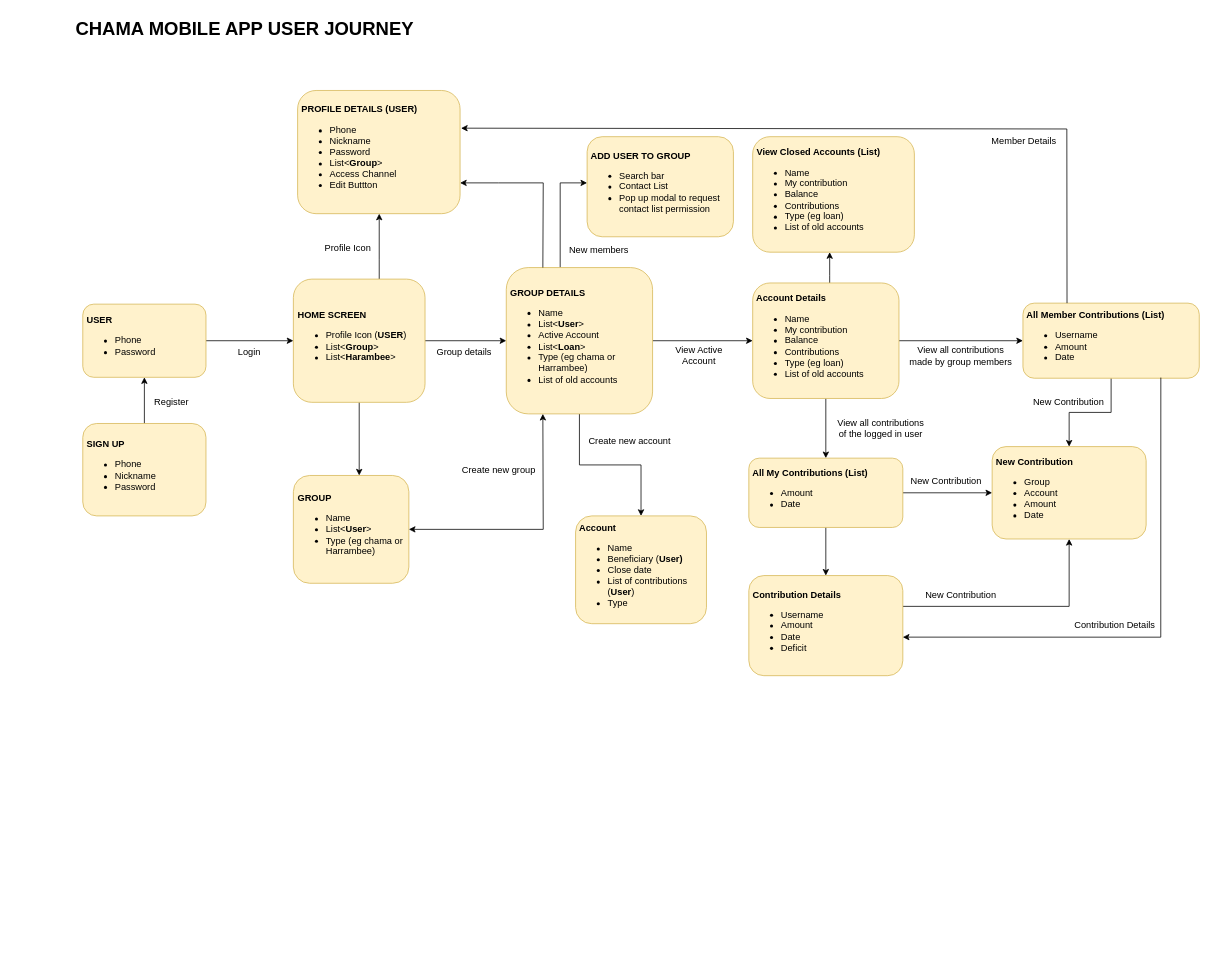
This is chama-design.drawio from kotikoB/kotikoB, a draw.io file, before an edit. Source tidied: cells renumbered, new cells numbered last; positions are measured from the earlier drawing's top-left corner, leaving out a move shared by most shapes. Both pictures are drawn from the tidied source at 77%, with x=0, y=0 at pixel (67, 13).
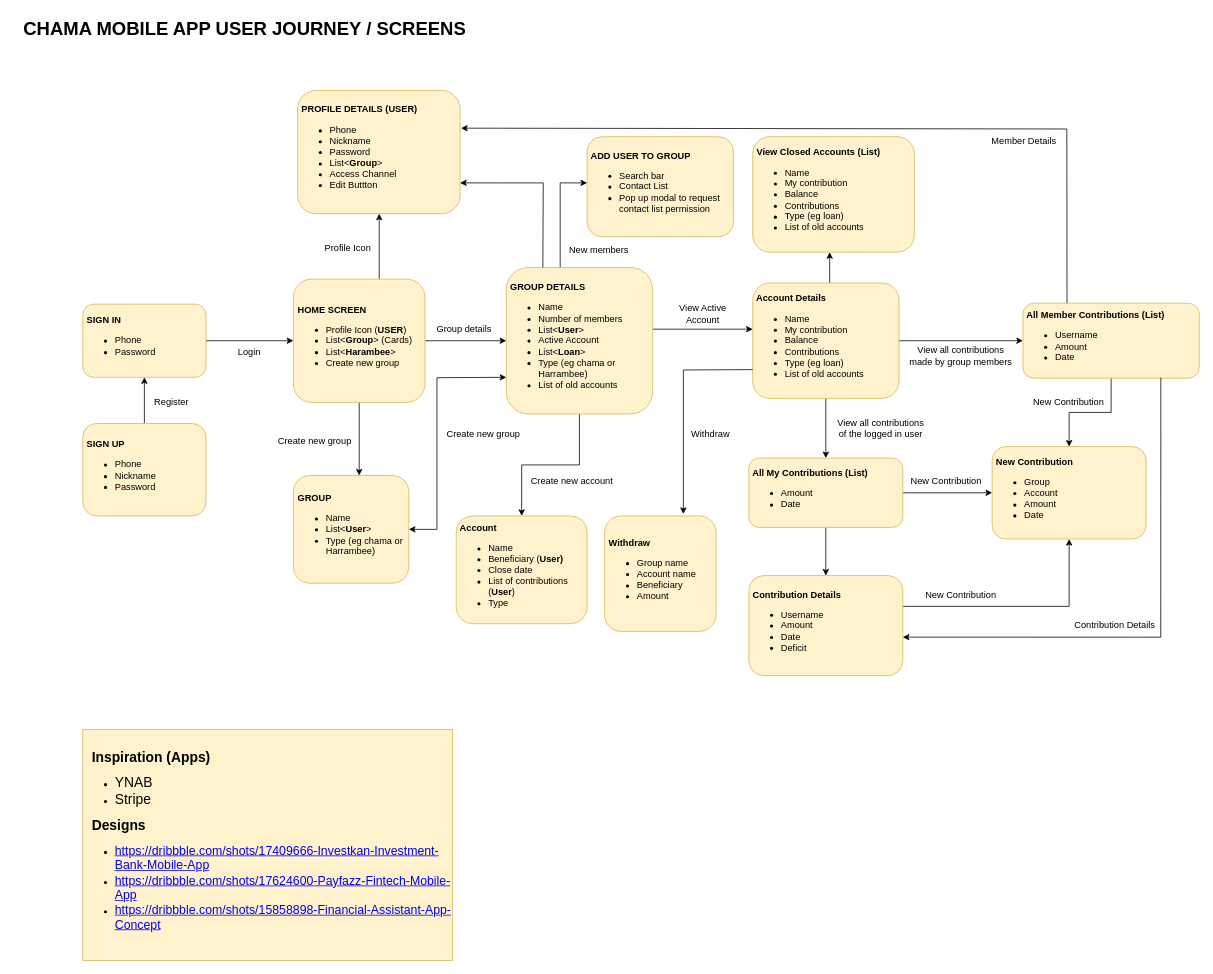
Above is the later version.

Unchanged cells that the change refers to:
```xml
<mxCell id="16" value="&lt;b&gt;&lt;span style=&quot;white-space: pre;&quot;&gt; &lt;/span&gt;GROUP&lt;/b&gt;&lt;br&gt;&lt;ul&gt;&lt;li&gt;Name&lt;br&gt;&lt;/li&gt;&lt;li&gt;List&amp;lt;&lt;b&gt;User&lt;/b&gt;&amp;gt;&amp;nbsp;&lt;/li&gt;&lt;li&gt;Type (eg chama or Harrambee)&lt;br&gt;&lt;/li&gt;&lt;/ul&gt;" style="whiteSpace=wrap;html=1;align=left;rounded=1;fillColor=#fff2cc;strokeColor=#d6b656;" parent="1" vertex="1">
  <mxGeometry x="293.5" y="600" width="150" height="140" as="geometry" />
</mxCell>
<mxCell id="29" value="&lt;b&gt;&lt;span style=&quot;white-space: pre;&quot;&gt; Account Details&lt;/span&gt;&lt;/b&gt;&lt;br&gt;&lt;ul&gt;&lt;li&gt;Name&lt;br&gt;&lt;/li&gt;&lt;li&gt;My contribution&lt;/li&gt;&lt;li&gt;Balance&lt;/li&gt;&lt;li&gt;Contributions&amp;nbsp;&lt;/li&gt;&lt;li&gt;Type (eg loan)&lt;br&gt;&lt;/li&gt;&lt;li&gt;List of old accounts&lt;/li&gt;&lt;/ul&gt;" style="whiteSpace=wrap;html=1;align=left;rounded=1;fillColor=#fff2cc;strokeColor=#d6b656;" parent="1" vertex="1">
  <mxGeometry x="890" y="350" width="190" height="150" as="geometry" />
</mxCell>
```

What changed in the source:
```diff
@@
-    <mxCell id="4" value="&lt;blockquote style=&quot;margin: 0 0 0 40px; border: none; padding: 0px;&quot;&gt;&lt;/blockquote&gt;&lt;blockquote style=&quot;margin: 0 0 0 40px; border: none; padding: 0px;&quot;&gt;&lt;/blockquote&gt;&lt;b&gt;&lt;span style=&quot;white-space: pre;&quot;&gt; &lt;/span&gt;USER&lt;br&gt;&lt;/b&gt;&lt;ul&gt;&lt;li&gt;Phone&lt;br&gt;&lt;/li&gt;&lt;li&gt;Password&lt;/li&gt;&lt;/ul&gt;&lt;blockquote style=&quot;margin: 0 0 0 40px; border: none; padding: 0px;&quot;&gt;&lt;/blockquote&gt;&lt;blockquote style=&quot;margin: 0 0 0 40px; border: none; padding: 0px;&quot;&gt;&lt;/blockquote&gt;&lt;blockquote style=&quot;margin: 0 0 0 40px; border: none; padding: 0px;&quot;&gt;&lt;/blockquote&gt;&lt;blockquote style=&quot;margin: 0 0 0 40px; border: none; padding: 0px;&quot;&gt;&lt;/blockquote&gt;" style="rounded=1;whiteSpace=wrap;html=1;align=left;fillColor=#fff2cc;strokeColor=#d6b656;" parent="1" vertex="1">
+    <mxCell id="4" value="&lt;blockquote style=&quot;margin: 0 0 0 40px; border: none; padding: 0px;&quot;&gt;&lt;/blockquote&gt;&lt;blockquote style=&quot;margin: 0 0 0 40px; border: none; padding: 0px;&quot;&gt;&lt;/blockquote&gt;&lt;b&gt;&lt;span style=&quot;white-space: pre;&quot;&gt; SIGN IN&lt;/span&gt;&lt;br&gt;&lt;/b&gt;&lt;ul&gt;&lt;li&gt;Phone&lt;br&gt;&lt;/li&gt;&lt;li&gt;Password&lt;/li&gt;&lt;/ul&gt;&lt;blockquote style=&quot;margin: 0 0 0 40px; border: none; padding: 0px;&quot;&gt;&lt;/blockquote&gt;&lt;blockquote style=&quot;margin: 0 0 0 40px; border: none; padding: 0px;&quot;&gt;&lt;/blockquote&gt;&lt;blockquote style=&quot;margin: 0 0 0 40px; border: none; padding: 0px;&quot;&gt;&lt;/blockquote&gt;&lt;blockquote style=&quot;margin: 0 0 0 40px; border: none; padding: 0px;&quot;&gt;&lt;/blockquote&gt;" style="rounded=1;whiteSpace=wrap;html=1;align=left;fillColor=#fff2cc;strokeColor=#d6b656;" parent="1" vertex="1">
       <mxGeometry x="20" y="377.5" width="160" height="95" as="geometry" />
     </mxCell>
@@
-    <mxCell id="8" value="&lt;b&gt;&lt;span style=&quot;white-space: pre;&quot;&gt; &lt;/span&gt;HOME SCREEN&lt;/b&gt;&lt;br&gt;&lt;ul&gt;&lt;li&gt;Profile Icon (&lt;b&gt;USER&lt;/b&gt;)&lt;br&gt;&lt;/li&gt;&lt;li&gt;List&amp;lt;&lt;b&gt;Group&lt;/b&gt;&amp;gt;&lt;br&gt;&lt;/li&gt;&lt;li&gt;List&amp;lt;&lt;b&gt;Harambee&lt;/b&gt;&amp;gt;&lt;br&gt;&lt;/li&gt;&lt;/ul&gt;" style="whiteSpace=wrap;html=1;align=left;rounded=1;fillColor=#fff2cc;strokeColor=#d6b656;" parent="1" vertex="1">
+    <mxCell id="8" value="&lt;b&gt;&lt;span style=&quot;white-space: pre;&quot;&gt; &lt;/span&gt;HOME SCREEN&lt;/b&gt;&lt;br&gt;&lt;ul&gt;&lt;li&gt;Profile Icon (&lt;b&gt;USER&lt;/b&gt;)&lt;br&gt;&lt;/li&gt;&lt;li&gt;List&amp;lt;&lt;b&gt;Group&lt;/b&gt;&amp;gt; (Cards)&lt;br&gt;&lt;/li&gt;&lt;li&gt;List&amp;lt;&lt;b&gt;Harambee&lt;/b&gt;&amp;gt;&lt;br&gt;&lt;/li&gt;&lt;li&gt;Create new group&lt;/li&gt;&lt;/ul&gt;" style="whiteSpace=wrap;html=1;align=left;rounded=1;fillColor=#fff2cc;strokeColor=#d6b656;" parent="1" vertex="1">
       <mxGeometry x="293.5" y="345" width="171" height="160" as="geometry" />
     </mxCell>
@@
-    <mxCell id="10" value="&lt;b&gt;&lt;font style=&quot;font-size: 24px;&quot;&gt;CHAMA MOBILE APP USER JOURNEY&lt;/font&gt;&lt;/b&gt;" style="text;html=1;align=center;verticalAlign=middle;fillColor=none;strokeColor=none;rounded=0;" parent="1" vertex="1">
-      <mxGeometry width="460" height="40" as="geometry" />
+    <mxCell id="10" value="&lt;b&gt;&lt;font style=&quot;font-size: 24px;&quot;&gt;CHAMA MOBILE APP USER JOURNEY / SCREENS&lt;/font&gt;&lt;/b&gt;" style="text;html=1;align=center;verticalAlign=middle;fillColor=none;strokeColor=none;rounded=0;" parent="1" vertex="1">
+      <mxGeometry x="-70" width="600" height="40" as="geometry" />
     </mxCell>
@@
     <mxCell id="13" style="edgeStyle=orthogonalEdgeStyle;rounded=0;jettySize=auto;html=1;fontSize=18;" parent="1" edge="1" source="14" target="29">
-      <mxGeometry relative="1" as="geometry" />
+      <mxGeometry relative="1" as="geometry">
+        <Array as="points">
+          <mxPoint x="790" y="410" />
+          <mxPoint x="790" y="410" />
+        </Array>
+      </mxGeometry>
     </mxCell>
-    <mxCell id="14" value="&lt;b&gt;&lt;span style=&quot;white-space: pre;&quot;&gt; &lt;/span&gt;GROUP DETAILS&lt;/b&gt;&lt;br&gt;&lt;ul&gt;&lt;li&gt;Name&lt;br&gt;&lt;/li&gt;&lt;li&gt;List&amp;lt;&lt;b&gt;User&lt;/b&gt;&amp;gt;&amp;nbsp;&lt;br&gt;&lt;/li&gt;&lt;li&gt;Active Account&lt;br&gt;&lt;/li&gt;&lt;li&gt;List&amp;lt;&lt;b&gt;Loan&lt;/b&gt;&amp;gt;&lt;br&gt;&lt;/li&gt;&lt;li&gt;Type (eg chama or Harrambee)&lt;br&gt;&lt;/li&gt;&lt;li&gt;List of old accounts&lt;/li&gt;&lt;/ul&gt;" style="whiteSpace=wrap;html=1;align=left;rounded=1;fillColor=#fff2cc;strokeColor=#d6b656;" parent="1" vertex="1">
+    <mxCell id="14" value="&lt;b&gt;&lt;span style=&quot;white-space: pre;&quot;&gt; &lt;/span&gt;GROUP DETAILS&lt;/b&gt;&lt;br&gt;&lt;ul&gt;&lt;li&gt;Name&lt;br&gt;&lt;/li&gt;&lt;li&gt;Number of members&lt;/li&gt;&lt;li&gt;List&amp;lt;&lt;b&gt;User&lt;/b&gt;&amp;gt;&amp;nbsp;&lt;br&gt;&lt;/li&gt;&lt;li&gt;Active Account&lt;br&gt;&lt;/li&gt;&lt;li&gt;List&amp;lt;&lt;b&gt;Loan&lt;/b&gt;&amp;gt;&lt;br&gt;&lt;/li&gt;&lt;li&gt;Type (eg chama or Harrambee)&lt;br&gt;&lt;/li&gt;&lt;li&gt;List of old accounts&lt;/li&gt;&lt;/ul&gt;" style="whiteSpace=wrap;html=1;align=left;rounded=1;fillColor=#fff2cc;strokeColor=#d6b656;" parent="1" vertex="1">
       <mxGeometry x="570" y="330" width="190" height="190" as="geometry" />
     </mxCell>
     <mxCell id="15" value="Group details" style="text;html=1;align=center;verticalAlign=middle;fillColor=none;strokeColor=none;rounded=0;" parent="1" vertex="1">
-      <mxGeometry x="470" y="424.5" width="90" height="30" as="geometry" />
+      <mxGeometry x="470" y="394.5" width="90" height="30" as="geometry" />
     </mxCell>
@@
     <mxCell id="17" value="Create new group" style="text;html=1;align=center;verticalAlign=middle;fillColor=none;strokeColor=none;rounded=0;" parent="1" vertex="1">
-      <mxGeometry x="500" y="577.5" width="120" height="30" as="geometry" />
+      <mxGeometry x="480" y="530.5" width="120" height="30" as="geometry" />
     </mxCell>
     <mxCell id="18" value="&lt;b&gt;&lt;span style=&quot;white-space: pre;&quot;&gt; Account&lt;/span&gt;&lt;/b&gt;&lt;br&gt;&lt;ul&gt;&lt;li&gt;Name&lt;br&gt;&lt;/li&gt;&lt;li&gt;Beneficiary (&lt;b&gt;User)&lt;/b&gt;&amp;nbsp;&lt;/li&gt;&lt;li&gt;Close date&lt;/li&gt;&lt;li&gt;List of contributions (&lt;b&gt;User&lt;/b&gt;)&lt;/li&gt;&lt;li&gt;Type&lt;/li&gt;&lt;/ul&gt;" style="whiteSpace=wrap;html=1;align=left;rounded=1;fillColor=#fff2cc;strokeColor=#d6b656;" parent="1" vertex="1">
-      <mxGeometry x="660" y="652.5" width="170" height="140" as="geometry" />
+      <mxGeometry x="505" y="652.5" width="170" height="140" as="geometry" />
     </mxCell>
     <mxCell id="19" value="Create new account" style="text;html=1;align=center;verticalAlign=middle;fillColor=none;strokeColor=none;rounded=0;" parent="1" vertex="1">
-      <mxGeometry x="665" y="539.5" width="130" height="30" as="geometry" />
+      <mxGeometry x="590" y="592.5" width="130" height="30" as="geometry" />
     </mxCell>
@@
-    <mxCell id="30" style="endArrow=classic;startArrow=classic;html=1;rounded=0;fontSize=18;entryX=0.25;entryY=1;entryDx=0;entryDy=0;" parent="1" edge="1" source="16" target="14">
+    <mxCell id="30" style="endArrow=classic;startArrow=classic;html=1;rounded=0;fontSize=18;entryX=0;entryY=0.75;entryDx=0;entryDy=0;" parent="1" edge="1" source="16" target="14">
       <mxGeometry relative="1" as="geometry">
         <Array as="points">
-          <mxPoint x="618" y="670" />
+          <mxPoint x="480" y="670" />
+          <mxPoint x="480" y="473" />
         </Array>
       </mxGeometry>
     </mxCell>
     <mxCell id="31" value="View Active &lt;br&gt;Account" style="text;html=1;align=center;verticalAlign=middle;fillColor=none;strokeColor=none;rounded=0;" parent="1" vertex="1">
-      <mxGeometry x="775" y="423.5" width="90" height="40" as="geometry" />
+      <mxGeometry x="780" y="370" width="90" height="40" as="geometry" />
     </mxCell>
@@
+    <mxCell id="51" value="&lt;span style=&quot;&quot;&gt;&lt;b&gt;&lt;font style=&quot;font-size: 18px;&quot;&gt;&lt;span style=&quot;&quot;&gt;&amp;nbsp; Inspiration (Apps)&lt;/span&gt;&lt;br&gt;&lt;/font&gt;&lt;/b&gt;&lt;/span&gt;&lt;ul&gt;&lt;li&gt;&lt;font style=&quot;font-size: 18px;&quot;&gt;YNAB&lt;/font&gt;&lt;/li&gt;&lt;li&gt;&lt;font style=&quot;font-size: 18px;&quot;&gt;Stripe&lt;/font&gt;&lt;/li&gt;&lt;/ul&gt;&lt;div&gt;&lt;font style=&quot;font-size: 18px;&quot;&gt;&amp;nbsp; &lt;b&gt;Designs&lt;/b&gt;&lt;/font&gt;&lt;/div&gt;&lt;div&gt;&lt;ul&gt;&lt;li&gt;&lt;a href=&quot;https://dribbble.com/shots/17409666-Investkan-Investment-Bank-Mobile-App&quot;&gt;&lt;font size=&quot;3&quot;&gt;https://dribbble.com/shots/17409666-Investkan-Investment-Bank-Mobile-App&lt;/font&gt;&lt;/a&gt;&lt;br&gt;&lt;/li&gt;&lt;li&gt;&lt;font size=&quot;3&quot;&gt;&lt;a href=&quot;https://dribbble.com/shots/17624600-Payfazz-Fintech-Mobile-App&quot;&gt;https://dribbble.com/shots/17624600-Payfazz-Fintech-Mobile-App&lt;/a&gt;&lt;/font&gt;&lt;br&gt;&lt;/li&gt;&lt;li&gt;&lt;a href=&quot;https://dribbble.com/shots/15858898-Financial-Assistant-App-Concept&quot;&gt;&lt;font size=&quot;3&quot;&gt;https://dribbble.com/shots/15858898-Financial-Assistant-App-Concept&lt;/font&gt;&lt;/a&gt;&lt;br&gt;&lt;/li&gt;&lt;/ul&gt;&lt;/div&gt;" style="whiteSpace=wrap;html=1;align=left;rounded=1;fillColor=#fff2cc;strokeColor=#d6b656;arcSize=0;" parent="1" vertex="1">
+      <mxGeometry x="20" y="930" width="480" height="300" as="geometry" />
+    </mxCell>
+    <mxCell id="52" value="&lt;b&gt;&lt;span style=&quot;white-space: pre;&quot;&gt; Withdraw&lt;/span&gt;&lt;/b&gt;&lt;br&gt;&lt;ul&gt;&lt;li&gt;Group name&lt;/li&gt;&lt;li&gt;Account name&lt;/li&gt;&lt;li&gt;Beneficiary&lt;/li&gt;&lt;li&gt;Amount&lt;/li&gt;&lt;/ul&gt;" style="whiteSpace=wrap;html=1;align=left;rounded=1;fillColor=#fff2cc;strokeColor=#d6b656;" parent="1" vertex="1">
+      <mxGeometry x="697.5" y="652.5" width="145" height="150" as="geometry" />
+    </mxCell>
+    <mxCell id="53" style="endArrow=classic;html=1;rounded=0;fontSize=24;exitX=0;exitY=0.75;exitDx=0;exitDy=0;" parent="1" edge="1" source="29">
+      <mxGeometry relative="1" as="geometry">
+        <mxPoint x="800" y="650" as="targetPoint" />
+        <Array as="points">
+          <mxPoint x="800" y="463" />
+        </Array>
+      </mxGeometry>
+    </mxCell>
+    <mxCell id="54" value="Withdraw" style="text;html=1;align=center;verticalAlign=middle;fillColor=none;strokeColor=none;rounded=0;" parent="1" vertex="1">
+      <mxGeometry x="800" y="530.5" width="70" height="30" as="geometry" />
+    </mxCell>
+    <mxCell id="55" value="Create new group" style="text;html=1;align=center;verticalAlign=middle;fillColor=none;strokeColor=none;rounded=0;" parent="1" vertex="1">
+      <mxGeometry x="261" y="540.5" width="120" height="30" as="geometry" />
+    </mxCell>
```
